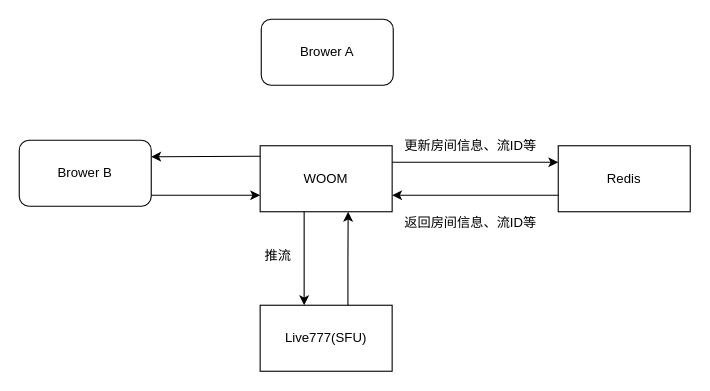
Before: webrtc.drawio in xdzqyyds/draw.io, a draw.io diagram. Source tidied: cells renumbered, new cells numbered last; positions are measured from the earlier drawing's top-left corner, leaving out a move shared by most shapes. Both pictures are drawn from the tidied source at 110%, with x=0, y=0 at pixel (19, 19).
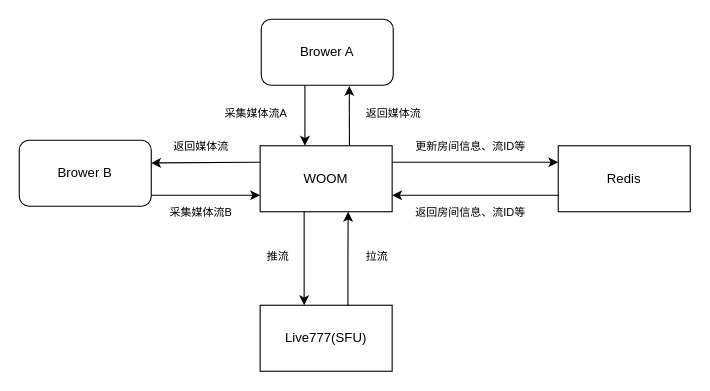
The same page after the edit.

Unchanged cells that the change refers to:
```xml
<mxCell id="4" value="WOOM" style="rounded=0;whiteSpace=wrap;html=1;" parent="1" vertex="1">
  <mxGeometry x="219" y="115" width="120" height="60" as="geometry" />
</mxCell>
<mxCell id="14" value="Brower B" style="rounded=1;whiteSpace=wrap;html=1;" parent="1" vertex="1">
  <mxGeometry y="110" width="120" height="60" as="geometry" />
</mxCell>
```

The edit, as a diff of the source:
```diff
@@
-    <mxCell id="10" value="更新房间信息、流ID等" style="text;html=1;align=center;verticalAlign=middle;strokeColor=none;fillColor=none;" parent="1" vertex="1">
-      <mxGeometry x="340" y="100" width="140" height="30" as="geometry" />
+    <mxCell id="10" value="&lt;font style=&quot;font-size: 10px;&quot;&gt;更新房间信息、流ID等&lt;/font&gt;" style="text;html=1;align=center;verticalAlign=middle;strokeColor=none;fillColor=none;" parent="1" vertex="1">
+      <mxGeometry x="350" y="100" width="120" height="30" as="geometry" />
     </mxCell>
-    <mxCell id="11" value="返回房间信息、流ID等" style="text;html=1;align=center;verticalAlign=middle;strokeColor=none;fillColor=none;" parent="1" vertex="1">
-      <mxGeometry x="340" y="170" width="140" height="30" as="geometry" />
+    <mxCell id="11" value="&lt;font style=&quot;font-size: 10px;&quot;&gt;返回房间信息、流ID等&lt;/font&gt;" style="text;html=1;align=center;verticalAlign=middle;strokeColor=none;fillColor=none;" parent="1" vertex="1">
+      <mxGeometry x="350" y="160" width="120" height="30" as="geometry" />
     </mxCell>
-    <mxCell id="12" value="推流" style="text;html=1;align=center;verticalAlign=middle;strokeColor=none;fillColor=none;" parent="1" vertex="1">
-      <mxGeometry x="210" y="200" width="50" height="30" as="geometry" />
+    <mxCell id="12" value="&lt;font style=&quot;font-size: 10px;&quot;&gt;推流&lt;/font&gt;" style="text;html=1;align=center;verticalAlign=middle;strokeColor=none;fillColor=none;" parent="1" vertex="1">
+      <mxGeometry x="215" y="200" width="40" height="30" as="geometry" />
     </mxCell>
-    <mxCell id="13" style="rounded=0;jettySize=auto;html=1;exitX=0.002;exitY=0.159;exitDx=0;exitDy=0;entryX=1;entryY=0.25;entryDx=0;entryDy=0;exitPerimeter=0;" parent="1" edge="1" source="4" target="14">
+    <mxCell id="13" style="rounded=0;jettySize=auto;html=1;exitX=0;exitY=0.25;exitDx=0;exitDy=0;entryX=0.999;entryY=0.343;entryDx=0;entryDy=0;entryPerimeter=0;" parent="1" edge="1" source="4" target="14">
       <mxGeometry relative="1" as="geometry" />
     </mxCell>
@@
+    <mxCell id="16" style="endArrow=classic;html=1;rounded=0;entryX=0.639;entryY=1.007;entryDx=0;entryDy=0;exitX=0.649;exitY=-0.003;exitDx=0;exitDy=0;entryPerimeter=0;exitPerimeter=0;" parent="1" edge="1">
+      <mxGeometry relative="1" as="geometry">
+        <mxPoint x="300.2" y="115" as="sourcePoint" />
+        <mxPoint x="300" y="60.6" as="targetPoint" />
+      </mxGeometry>
+    </mxCell>
+    <mxCell id="17" style="endArrow=classic;html=1;rounded=0;entryX=0.639;entryY=1.007;entryDx=0;entryDy=0;exitX=0.649;exitY=-0.003;exitDx=0;exitDy=0;entryPerimeter=0;exitPerimeter=0;" parent="1" edge="1">
+      <mxGeometry relative="1" as="geometry">
+        <mxPoint x="259.7" y="60" as="sourcePoint" />
+        <mxPoint x="259.7" y="115" as="targetPoint" />
+      </mxGeometry>
+    </mxCell>
+    <mxCell id="18" value="&lt;font style=&quot;font-size: 10px;&quot;&gt;拉流&lt;/font&gt;" style="text;html=1;align=center;verticalAlign=middle;strokeColor=none;fillColor=none;" parent="1" vertex="1">
+      <mxGeometry x="305" y="200" width="40" height="30" as="geometry" />
+    </mxCell>
+    <mxCell id="19" value="&lt;font style=&quot;font-size: 10px;&quot;&gt;采集媒体流A&lt;/font&gt;" style="text;html=1;align=center;verticalAlign=middle;strokeColor=none;fillColor=none;" parent="1" vertex="1">
+      <mxGeometry x="175" y="70" width="80" height="30" as="geometry" />
+    </mxCell>
+    <mxCell id="20" value="&lt;font style=&quot;font-size: 10px;&quot;&gt;采集媒体流B&lt;/font&gt;" style="text;html=1;align=center;verticalAlign=middle;strokeColor=none;fillColor=none;" parent="1" vertex="1">
+      <mxGeometry x="125" y="160" width="80" height="30" as="geometry" />
+    </mxCell>
+    <mxCell id="21" value="&lt;font style=&quot;font-size: 10px;&quot;&gt;返回媒体流&lt;/font&gt;" style="text;html=1;align=center;verticalAlign=middle;strokeColor=none;fillColor=none;" parent="1" vertex="1">
+      <mxGeometry x="305" y="70" width="70" height="30" as="geometry" />
+    </mxCell>
+    <mxCell id="22" value="&lt;font style=&quot;font-size: 10px;&quot;&gt;返回媒体流&lt;/font&gt;" style="text;html=1;align=center;verticalAlign=middle;strokeColor=none;fillColor=none;" parent="1" vertex="1">
+      <mxGeometry x="130" y="100" width="70" height="30" as="geometry" />
+    </mxCell>
```
